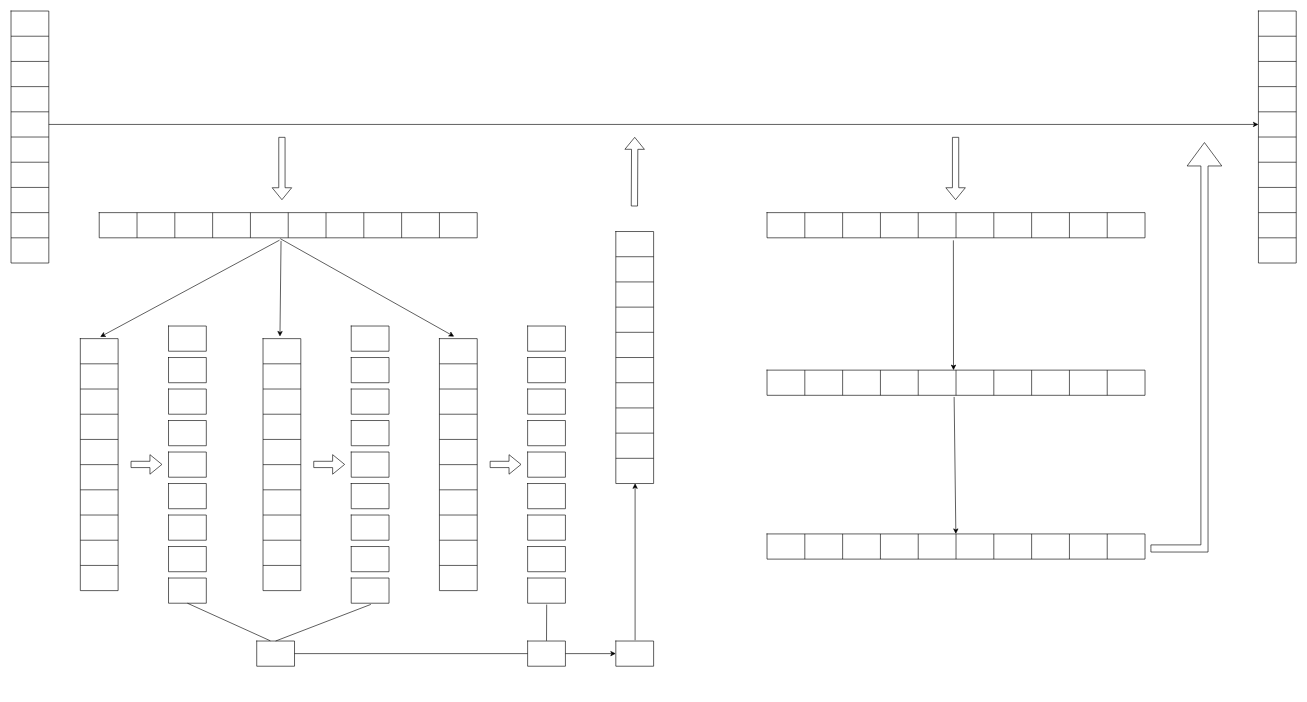
uservan/drawIO keeps this draw.io diagram as transformer layer.drawio. Above is the earlier version. Source tidied: cells renumbered, new cells numbered last; positions are measured from the earlier drawing's top-left corner, leaving out a move shared by most shapes. Both pictures are drawn from the tidied source at 63%, with x=0, y=0 at pixel (11, 11).
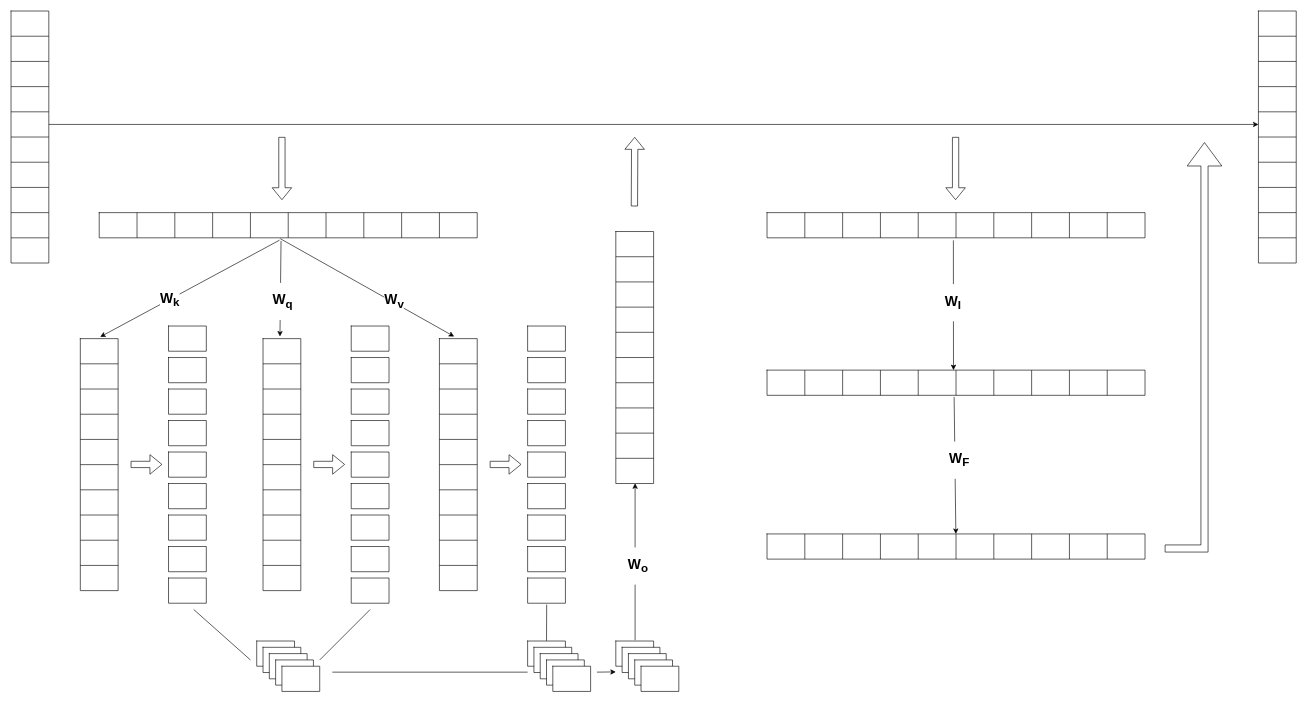
The same page after the edit.

The change refers to these unchanged cells:
```xml
<mxCell id="47" style="shape=tableRow;horizontal=0;startSize=0;swimlaneHead=0;swimlaneBody=0;strokeColor=inherit;top=0;left=0;bottom=0;right=0;fillColor=none;points=[[0,0.5],[1,0.5]];portConstraint=eastwest;" parent="46" vertex="1">
  <mxGeometry width="600" height="40" as="geometry" />
</mxCell>
<mxCell id="59" style="shape=tableRow;horizontal=0;startSize=0;swimlaneHead=0;swimlaneBody=0;strokeColor=inherit;top=0;left=0;bottom=0;right=0;fillColor=none;points=[[0,0.5],[1,0.5]];portConstraint=eastwest;" parent="58" vertex="1">
  <mxGeometry width="60" height="40" as="geometry" />
</mxCell>
<mxCell id="178" style="shape=tableRow;horizontal=0;startSize=0;swimlaneHead=0;swimlaneBody=0;strokeColor=inherit;top=0;left=0;bottom=0;right=0;fillColor=none;points=[[0,0.5],[1,0.5]];portConstraint=eastwest;" parent="177" vertex="1">
  <mxGeometry width="60" height="40" as="geometry" />
</mxCell>
<mxCell id="209" style="shape=tableRow;horizontal=0;startSize=0;swimlaneHead=0;swimlaneBody=0;strokeColor=inherit;top=0;left=0;bottom=0;right=0;fillColor=none;points=[[0,0.5],[1,0.5]];portConstraint=eastwest;" parent="208" vertex="1">
  <mxGeometry width="60" height="40" as="geometry" />
</mxCell>
<mxCell id="214" style="shape=tableRow;horizontal=0;startSize=0;swimlaneHead=0;swimlaneBody=0;strokeColor=inherit;top=0;left=0;bottom=0;right=0;fillColor=none;points=[[0,0.5],[1,0.5]];portConstraint=eastwest;" parent="213" vertex="1">
  <mxGeometry width="60" height="40" as="geometry" />
</mxCell>
<mxCell id="230" style="shape=tableRow;horizontal=0;startSize=0;swimlaneHead=0;swimlaneBody=0;strokeColor=inherit;top=0;left=0;bottom=0;right=0;fillColor=none;points=[[0,0.5],[1,0.5]];portConstraint=eastwest;" parent="229" vertex="1">
  <mxGeometry width="60" height="40" as="geometry" />
</mxCell>
```

Change to the diagram source:
```diff
@@
-    <mxCell id="79" style="endArrow=classic;html=1;rounded=0;exitX=0.477;exitY=1.093;exitDx=0;exitDy=0;exitPerimeter=0;entryX=0.526;entryY=-0.069;entryDx=0;entryDy=0;entryPerimeter=0;" parent="1" edge="1" source="47" target="59">
+    <mxCell id="79" style="endArrow=classic;html=1;rounded=0;exitX=0.477;exitY=1.093;exitDx=0;exitDy=0;exitPerimeter=0;entryX=0.526;entryY=-0.069;entryDx=0;entryDy=0;entryPerimeter=0;fontStyle=0;fontFamily=Verdana;" parent="1" edge="1" source="47" target="59">
       <mxGeometry relative="1" as="geometry" />
     </mxCell>
+    <mxCell id="285" value="&lt;h1&gt;W&lt;sub&gt;k&lt;/sub&gt;&lt;/h1&gt;" style="edgeLabel;html=1;align=center;verticalAlign=middle;" parent="79" vertex="1">
+      <mxGeometry x="0.23" relative="1" as="geometry" />
+    </mxCell>
@@
-    <mxCell id="211" style="endArrow=none;html=1;rounded=0;entryX=0.361;entryY=-0.008;entryDx=0;entryDy=0;entryPerimeter=0;" parent="1" edge="1" target="209">
+    <mxCell id="211" style="endArrow=none;html=1;rounded=0;" parent="1" edge="1">
       <mxGeometry relative="1" as="geometry">
-        <mxPoint x="280" y="940" as="sourcePoint" />
+        <mxPoint x="290" y="950" as="sourcePoint" />
+        <mxPoint x="380" y="1030" as="targetPoint" />
       </mxGeometry>
     </mxCell>
-    <mxCell id="212" style="endArrow=none;html=1;rounded=0;exitX=0.519;exitY=1.047;exitDx=0;exitDy=0;exitPerimeter=0;entryX=0.5;entryY=0;entryDx=0;entryDy=0;entryPerimeter=0;" parent="1" edge="1" source="178" target="209">
-      <mxGeometry relative="1" as="geometry" />
+    <mxCell id="212" style="endArrow=none;html=1;rounded=0;" parent="1" edge="1">
+      <mxGeometry relative="1" as="geometry">
+        <mxPoint x="570" y="950" as="sourcePoint" />
+        <mxPoint x="490" y="1030" as="targetPoint" />
+      </mxGeometry>
     </mxCell>
@@
-    <mxCell id="216" style="endArrow=none;html=1;rounded=0;exitX=1;exitY=0.5;exitDx=0;exitDy=0;entryX=0;entryY=0.5;entryDx=0;entryDy=0;" parent="1" edge="1" source="209" target="214">
-      <mxGeometry relative="1" as="geometry" />
+    <mxCell id="216" style="endArrow=none;html=1;rounded=0;" parent="1" edge="1">
+      <mxGeometry relative="1" as="geometry">
+        <mxPoint x="510" y="1049.4" as="sourcePoint" />
+        <mxPoint x="820" y="1049.4" as="targetPoint" />
+      </mxGeometry>
     </mxCell>
@@
-    <mxCell id="233" style="endArrow=classic;html=1;rounded=0;exitX=1;exitY=0.5;exitDx=0;exitDy=0;entryX=0;entryY=0.5;entryDx=0;entryDy=0;" parent="1" edge="1" source="214" target="230">
-      <mxGeometry relative="1" as="geometry" />
+    <mxCell id="233" style="endArrow=classic;html=1;rounded=0;" parent="1" edge="1">
+      <mxGeometry relative="1" as="geometry">
+        <mxPoint x="930" y="1049.4" as="sourcePoint" />
+        <mxPoint x="960" y="1049" as="targetPoint" />
+      </mxGeometry>
     </mxCell>
@@
     <mxCell id="284" style="html=1;shadow=0;dashed=0;align=center;verticalAlign=middle;shape=mxgraph.arrows2.bendArrow;dy=5.67;dx=37.17;notch=0;arrowHead=55;rounded=0;rotation=-90;flipH=0;flipV=1;" parent="1" vertex="1">
-      <mxGeometry x="1540.6" y="477.5" width="650" height="112.5" as="geometry" />
+      <mxGeometry x="1551.9" y="488.8" width="650" height="90" as="geometry" />
     </mxCell>
+    <mxCell id="286" value="&lt;h1&gt;W&lt;sub&gt;q&lt;/sub&gt;&lt;/h1&gt;" style="edgeLabel;html=1;align=center;verticalAlign=middle;" parent="1" vertex="1">
+      <mxGeometry x="430" y="460" as="geometry" />
+    </mxCell>
+    <mxCell id="287" value="&lt;h1&gt;W&lt;sub&gt;v&lt;/sub&gt;&lt;/h1&gt;" style="edgeLabel;html=1;align=center;verticalAlign=middle;" parent="1" vertex="1">
+      <mxGeometry x="280" y="490" as="geometry">
+        <mxPoint x="327" y="-30" as="offset" />
+      </mxGeometry>
+    </mxCell>
+    <mxCell id="288" value="&lt;h1&gt;W&lt;sub&gt;o&lt;/sub&gt;&lt;/h1&gt;" style="edgeLabel;html=1;align=center;verticalAlign=middle;" parent="1" vertex="1">
+      <mxGeometry x="280.5" y="488.5" as="geometry">
+        <mxPoint x="714" y="392" as="offset" />
+      </mxGeometry>
+    </mxCell>
+    <mxCell id="289" value="&lt;h1&gt;W&lt;sub&gt;I&lt;/sub&gt;&lt;/h1&gt;" style="edgeLabel;html=1;align=center;verticalAlign=middle;" parent="1" vertex="1">
+      <mxGeometry x="780" y="70" as="geometry">
+        <mxPoint x="714" y="392" as="offset" />
+      </mxGeometry>
+    </mxCell>
+    <mxCell id="290" value="&lt;h1&gt;W&lt;sub&gt;F&lt;/sub&gt;&lt;/h1&gt;" style="edgeLabel;html=1;align=center;verticalAlign=middle;" parent="1" vertex="1">
+      <mxGeometry x="790" y="320" as="geometry">
+        <mxPoint x="714" y="392" as="offset" />
+      </mxGeometry>
+    </mxCell>
+    <mxCell id="291" style="shape=table;startSize=0;childLayout=tableLayout;" parent="1" vertex="1">
+      <mxGeometry x="400" y="1010" width="60" height="40" as="geometry" />
+    </mxCell>
+    <mxCell id="292" style="shape=tableRow;horizontal=0;startSize=0;swimlaneHead=0;swimlaneBody=0;strokeColor=inherit;top=0;left=0;bottom=0;right=0;fillColor=none;" parent="291" vertex="1">
+      <mxGeometry width="60" height="40" as="geometry" />
+    </mxCell>
+    <mxCell id="293" style="shape=partialRectangle;html=1;whiteSpace=wrap;strokeColor=inherit;overflow=hidden;fillColor=none;top=0;left=0;bottom=0;right=0;" parent="292" vertex="1">
+      <mxGeometry width="60" height="40" as="geometry" />
+    </mxCell>
+    <mxCell id="294" style="shape=table;startSize=0;childLayout=tableLayout;" parent="1" vertex="1">
+      <mxGeometry x="410" y="1020" width="60" height="40" as="geometry" />
+    </mxCell>
+    <mxCell id="295" style="shape=tableRow;horizontal=0;startSize=0;swimlaneHead=0;swimlaneBody=0;strokeColor=inherit;top=0;left=0;bottom=0;right=0;fillColor=none;" parent="294" vertex="1">
+      <mxGeometry width="60" height="40" as="geometry" />
+    </mxCell>
+    <mxCell id="296" style="shape=partialRectangle;html=1;whiteSpace=wrap;strokeColor=inherit;overflow=hidden;fillColor=none;top=0;left=0;bottom=0;right=0;" parent="295" vertex="1">
+      <mxGeometry width="60" height="40" as="geometry" />
+    </mxCell>
+    <mxCell id="297" style="shape=table;startSize=0;childLayout=tableLayout;" parent="1" vertex="1">
+      <mxGeometry x="420" y="1030" width="60" height="40" as="geometry" />
+    </mxCell>
+    <mxCell id="298" style="shape=tableRow;horizontal=0;startSize=0;swimlaneHead=0;swimlaneBody=0;strokeColor=inherit;top=0;left=0;bottom=0;right=0;fillColor=none;" parent="297" vertex="1">
+      <mxGeometry width="60" height="40" as="geometry" />
+    </mxCell>
+    <mxCell id="299" style="shape=partialRectangle;html=1;whiteSpace=wrap;strokeColor=inherit;overflow=hidden;fillColor=none;top=0;left=0;bottom=0;right=0;" parent="298" vertex="1">
+      <mxGeometry width="60" height="40" as="geometry" />
+    </mxCell>
+    <mxCell id="300" style="shape=table;startSize=0;childLayout=tableLayout;" parent="1" vertex="1">
+      <mxGeometry x="430" y="1040" width="60" height="40" as="geometry" />
+    </mxCell>
+    <mxCell id="301" style="shape=tableRow;horizontal=0;startSize=0;swimlaneHead=0;swimlaneBody=0;strokeColor=inherit;top=0;left=0;bottom=0;right=0;fillColor=none;" parent="300" vertex="1">
+      <mxGeometry width="60" height="40" as="geometry" />
+    </mxCell>
+    <mxCell id="302" style="shape=partialRectangle;html=1;whiteSpace=wrap;strokeColor=inherit;overflow=hidden;fillColor=none;top=0;left=0;bottom=0;right=0;" parent="301" vertex="1">
+      <mxGeometry width="60" height="40" as="geometry" />
+    </mxCell>
+    <mxCell id="303" style="shape=table;startSize=0;childLayout=tableLayout;" parent="1" vertex="1">
+      <mxGeometry x="830" y="1010" width="60" height="40" as="geometry" />
+    </mxCell>
+    <mxCell id="304" style="shape=tableRow;horizontal=0;startSize=0;swimlaneHead=0;swimlaneBody=0;strokeColor=inherit;top=0;left=0;bottom=0;right=0;fillColor=none;" parent="303" vertex="1">
+      <mxGeometry width="60" height="40" as="geometry" />
+    </mxCell>
+    <mxCell id="305" style="shape=partialRectangle;html=1;whiteSpace=wrap;strokeColor=inherit;overflow=hidden;fillColor=none;top=0;left=0;bottom=0;right=0;" parent="304" vertex="1">
+      <mxGeometry width="60" height="40" as="geometry" />
+    </mxCell>
+    <mxCell id="306" style="shape=table;startSize=0;childLayout=tableLayout;" parent="1" vertex="1">
+      <mxGeometry x="840" y="1020" width="60" height="40" as="geometry" />
+    </mxCell>
+    <mxCell id="307" style="shape=tableRow;horizontal=0;startSize=0;swimlaneHead=0;swimlaneBody=0;strokeColor=inherit;top=0;left=0;bottom=0;right=0;fillColor=none;" parent="306" vertex="1">
+      <mxGeometry width="60" height="40" as="geometry" />
+    </mxCell>
+    <mxCell id="308" style="shape=partialRectangle;html=1;whiteSpace=wrap;strokeColor=inherit;overflow=hidden;fillColor=none;top=0;left=0;bottom=0;right=0;" parent="307" vertex="1">
+      <mxGeometry width="60" height="40" as="geometry" />
+    </mxCell>
+    <mxCell id="309" style="shape=table;startSize=0;childLayout=tableLayout;" parent="1" vertex="1">
+      <mxGeometry x="850" y="1030" width="60" height="40" as="geometry" />
+    </mxCell>
+    <mxCell id="310" style="shape=tableRow;horizontal=0;startSize=0;swimlaneHead=0;swimlaneBody=0;strokeColor=inherit;top=0;left=0;bottom=0;right=0;fillColor=none;" parent="309" vertex="1">
+      <mxGeometry width="60" height="40" as="geometry" />
+    </mxCell>
+    <mxCell id="311" style="shape=partialRectangle;html=1;whiteSpace=wrap;strokeColor=inherit;overflow=hidden;fillColor=none;top=0;left=0;bottom=0;right=0;" parent="310" vertex="1">
+      <mxGeometry width="60" height="40" as="geometry" />
+    </mxCell>
+    <mxCell id="312" style="shape=table;startSize=0;childLayout=tableLayout;" parent="1" vertex="1">
+      <mxGeometry x="860" y="1040" width="60" height="40" as="geometry" />
+    </mxCell>
+    <mxCell id="313" style="shape=tableRow;horizontal=0;startSize=0;swimlaneHead=0;swimlaneBody=0;strokeColor=inherit;top=0;left=0;bottom=0;right=0;fillColor=none;" parent="312" vertex="1">
+      <mxGeometry width="60" height="40" as="geometry" />
+    </mxCell>
+    <mxCell id="314" style="shape=partialRectangle;html=1;whiteSpace=wrap;strokeColor=inherit;overflow=hidden;fillColor=none;top=0;left=0;bottom=0;right=0;" parent="313" vertex="1">
+      <mxGeometry width="60" height="40" as="geometry" />
+    </mxCell>
+    <mxCell id="315" style="shape=table;startSize=0;childLayout=tableLayout;" parent="1" vertex="1">
+      <mxGeometry x="970" y="1010" width="60" height="40" as="geometry" />
+    </mxCell>
+    <mxCell id="316" style="shape=tableRow;horizontal=0;startSize=0;swimlaneHead=0;swimlaneBody=0;strokeColor=inherit;top=0;left=0;bottom=0;right=0;fillColor=none;" parent="315" vertex="1">
+      <mxGeometry width="60" height="40" as="geometry" />
+    </mxCell>
+    <mxCell id="317" style="shape=partialRectangle;html=1;whiteSpace=wrap;strokeColor=inherit;overflow=hidden;fillColor=none;top=0;left=0;bottom=0;right=0;" parent="316" vertex="1">
+      <mxGeometry width="60" height="40" as="geometry" />
+    </mxCell>
+    <mxCell id="318" style="shape=table;startSize=0;childLayout=tableLayout;" parent="1" vertex="1">
+      <mxGeometry x="980" y="1020" width="60" height="40" as="geometry" />
+    </mxCell>
+    <mxCell id="319" style="shape=tableRow;horizontal=0;startSize=0;swimlaneHead=0;swimlaneBody=0;strokeColor=inherit;top=0;left=0;bottom=0;right=0;fillColor=none;" parent="318" vertex="1">
+      <mxGeometry width="60" height="40" as="geometry" />
+    </mxCell>
+    <mxCell id="320" style="shape=partialRectangle;html=1;whiteSpace=wrap;strokeColor=inherit;overflow=hidden;fillColor=none;top=0;left=0;bottom=0;right=0;" parent="319" vertex="1">
+      <mxGeometry width="60" height="40" as="geometry" />
+    </mxCell>
+    <mxCell id="321" style="shape=table;startSize=0;childLayout=tableLayout;" parent="1" vertex="1">
+      <mxGeometry x="990" y="1030" width="60" height="40" as="geometry" />
+    </mxCell>
+    <mxCell id="322" style="shape=tableRow;horizontal=0;startSize=0;swimlaneHead=0;swimlaneBody=0;strokeColor=inherit;top=0;left=0;bottom=0;right=0;fillColor=none;" parent="321" vertex="1">
+      <mxGeometry width="60" height="40" as="geometry" />
+    </mxCell>
+    <mxCell id="323" style="shape=partialRectangle;html=1;whiteSpace=wrap;strokeColor=inherit;overflow=hidden;fillColor=none;top=0;left=0;bottom=0;right=0;" parent="322" vertex="1">
+      <mxGeometry width="60" height="40" as="geometry" />
+    </mxCell>
+    <mxCell id="324" style="shape=table;startSize=0;childLayout=tableLayout;" parent="1" vertex="1">
+      <mxGeometry x="1000" y="1040" width="60" height="40" as="geometry" />
+    </mxCell>
+    <mxCell id="325" style="shape=tableRow;horizontal=0;startSize=0;swimlaneHead=0;swimlaneBody=0;strokeColor=inherit;top=0;left=0;bottom=0;right=0;fillColor=none;" parent="324" vertex="1">
+      <mxGeometry width="60" height="40" as="geometry" />
+    </mxCell>
+    <mxCell id="326" style="shape=partialRectangle;html=1;whiteSpace=wrap;strokeColor=inherit;overflow=hidden;fillColor=none;top=0;left=0;bottom=0;right=0;" parent="325" vertex="1">
+      <mxGeometry width="60" height="40" as="geometry" />
+    </mxCell>
```
